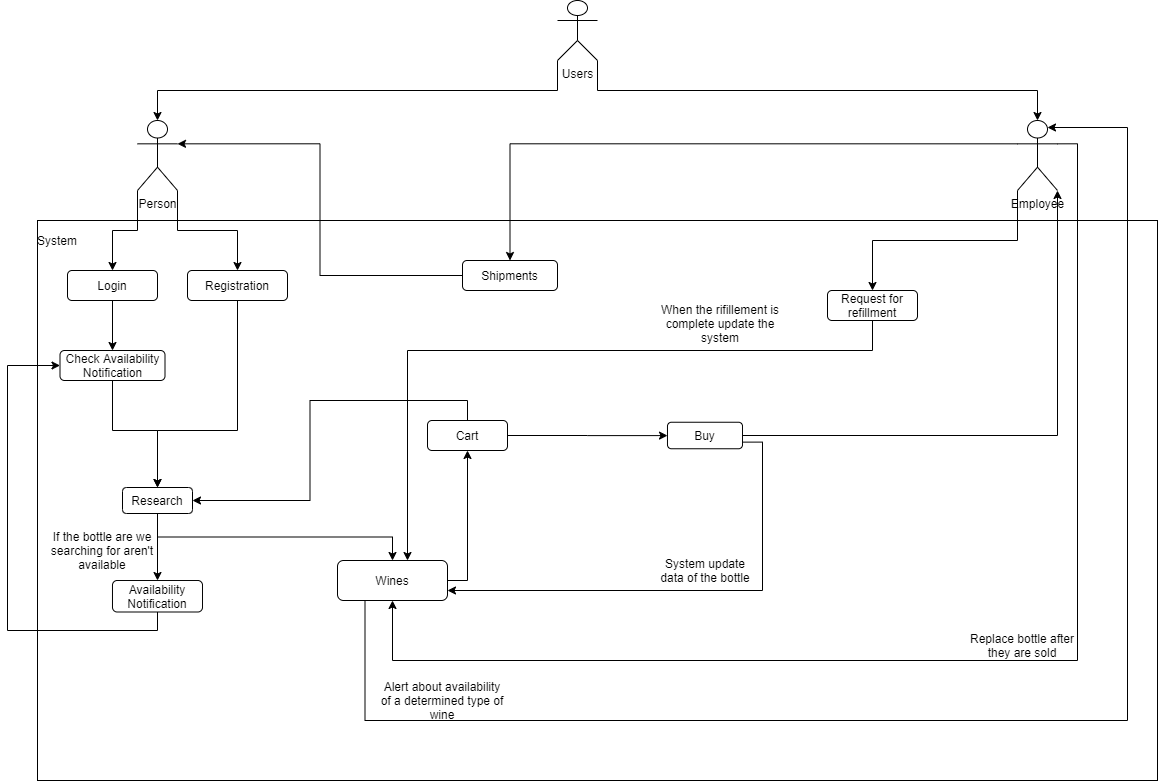
MatteoDiGiorgio99/WineStoreSystemManagement keeps this draw.io diagram as Actor_Diagram.png. Above is the earlier version. Source tidied: cells renumbered, new cells last; positions are measured from the earlier drawing's top-left corner, leaving out a move shared by most shapes.
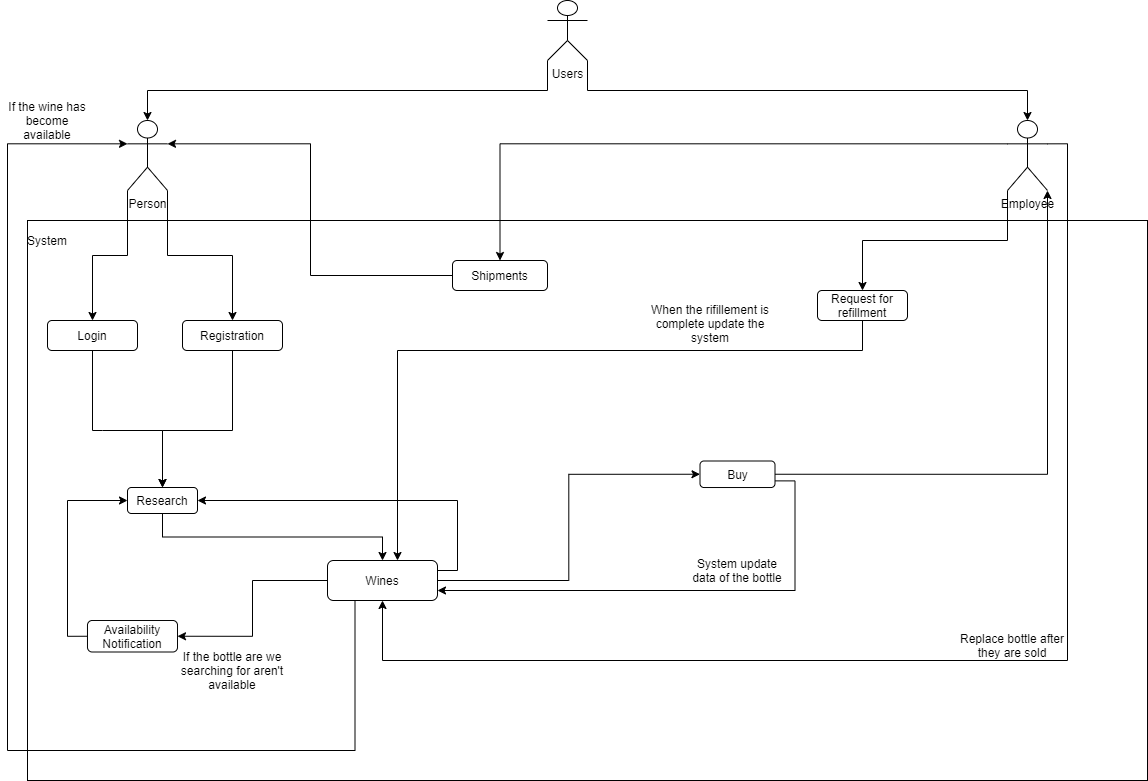
After the commit.

What changed in the source:
```diff
@@ -44,25 +44,22 @@
     <mxCell id="13" value="System" style="text;html=1;strokeColor=none;fillColor=none;align=center;verticalAlign=middle;whiteSpace=wrap;rounded=0;" parent="1" vertex="1">
       <mxGeometry x="30" y="230" width="40" height="20" as="geometry" />
     </mxCell>
-    <mxCell id="14" style="edgeStyle=orthogonalEdgeStyle;rounded=0;jettySize=auto;html=1;exitX=0.5;exitY=1;exitDx=0;exitDy=0;" parent="1" edge="1" source="15" target="18">
+    <mxCell id="14" style="edgeStyle=orthogonalEdgeStyle;rounded=0;jettySize=auto;html=1;exitX=0.5;exitY=1;exitDx=0;exitDy=0;entryX=0.5;entryY=0;entryDx=0;entryDy=0;" parent="1" edge="1" source="15" target="18">
       <mxGeometry relative="1" as="geometry">
         <Array as="points">
-          <mxPoint x="230" y="430" />
-          <mxPoint x="150" y="430" />
+          <mxPoint x="235" y="430" />
+          <mxPoint x="165" y="430" />
         </Array>
       </mxGeometry>
     </mxCell>
     <mxCell id="15" value="Registration" style="rounded=1;whiteSpace=wrap;html=1;" parent="1" vertex="1">
-      <mxGeometry x="180" y="270" width="100" height="30" as="geometry" />
+      <mxGeometry x="185" y="320" width="100" height="30" as="geometry" />
     </mxCell>
     <mxCell id="16" style="edgeStyle=orthogonalEdgeStyle;rounded=0;jettySize=auto;html=1;exitX=0.5;exitY=1;exitDx=0;exitDy=0;" parent="1" edge="1" source="18" target="26">
       <mxGeometry relative="1" as="geometry" />
     </mxCell>
-    <mxCell id="17" style="edgeStyle=orthogonalEdgeStyle;rounded=0;jettySize=auto;html=1;exitX=0.5;exitY=1;exitDx=0;exitDy=0;" parent="1" edge="1" source="18" target="32">
-      <mxGeometry relative="1" as="geometry" />
-    </mxCell>
     <mxCell id="18" value="Research" style="rounded=1;whiteSpace=wrap;html=1;" parent="1" vertex="1">
-      <mxGeometry x="115" y="487" width="70" height="26" as="geometry" />
+      <mxGeometry x="130" y="487" width="70" height="26" as="geometry" />
     </mxCell>
     <mxCell id="19" style="edgeStyle=orthogonalEdgeStyle;rounded=0;jettySize=auto;html=1;exitX=1;exitY=0.5;exitDx=0;exitDy=0;entryX=1;entryY=1;entryDx=0;entryDy=0;entryPerimeter=0;" parent="1" edge="1" source="21" target="12">
       <mxGeometry relative="1" as="geometry" />
@@ -71,79 +68,66 @@
       <mxGeometry relative="1" as="geometry" />
     </mxCell>
     <mxCell id="21" value="Buy" style="rounded=1;whiteSpace=wrap;html=1;" parent="1" vertex="1">
-      <mxGeometry x="660" y="421.8" width="75" height="26.5" as="geometry" />
+      <mxGeometry x="702.5" y="460.5" width="75" height="26.5" as="geometry" />
     </mxCell>
     <mxCell id="22" style="edgeStyle=orthogonalEdgeStyle;rounded=0;jettySize=auto;html=1;exitX=0;exitY=0.5;exitDx=0;exitDy=0;entryX=1;entryY=0.3333333333333333;entryDx=0;entryDy=0;entryPerimeter=0;" parent="1" edge="1" source="23" target="8">
-      <mxGeometry relative="1" as="geometry" />
+      <mxGeometry relative="1" as="geometry">
+        <Array as="points">
+          <mxPoint x="313" y="275" />
+          <mxPoint x="313" y="143" />
+        </Array>
+      </mxGeometry>
     </mxCell>
     <mxCell id="23" value="Shipments" style="rounded=1;whiteSpace=wrap;html=1;" parent="1" vertex="1">
       <mxGeometry x="455" y="260" width="95" height="30" as="geometry" />
     </mxCell>
-    <mxCell id="24" style="edgeStyle=orthogonalEdgeStyle;rounded=0;jettySize=auto;html=1;exitX=1;exitY=0.5;exitDx=0;exitDy=0;" parent="1" edge="1" source="26" target="30">
-      <mxGeometry relative="1" as="geometry" />
-    </mxCell>
-    <mxCell id="25" style="edgeStyle=orthogonalEdgeStyle;rounded=0;jettySize=auto;html=1;exitX=0.25;exitY=1;exitDx=0;exitDy=0;entryX=0.75;entryY=0.1;entryDx=0;entryDy=0;entryPerimeter=0;" parent="1" edge="1" source="26" target="12">
-      <mxGeometry relative="1" as="geometry">
-        <Array as="points">
-          <mxPoint x="358" y="720" />
-          <mxPoint x="1120" y="720" />
-          <mxPoint x="1120" y="127" />
-        </Array>
-      </mxGeometry>
-    </mxCell>
+    <mxCell id="43" style="edgeStyle=orthogonalEdgeStyle;rounded=0;jettySize=auto;html=1;exitX=1;exitY=0.25;exitDx=0;exitDy=0;entryX=1;entryY=0.5;entryDx=0;entryDy=0;" parent="1" edge="1" source="26" target="18">
+      <mxGeometry relative="1" as="geometry" />
+    </mxCell>
+    <mxCell id="44" style="edgeStyle=orthogonalEdgeStyle;rounded=0;jettySize=auto;html=1;exitX=0;exitY=0.5;exitDx=0;exitDy=0;entryX=1;entryY=0.5;entryDx=0;entryDy=0;" parent="1" edge="1" source="26" target="32">
+      <mxGeometry relative="1" as="geometry" />
+    </mxCell>
+    <mxCell id="45" style="edgeStyle=orthogonalEdgeStyle;rounded=0;jettySize=auto;html=1;exitX=1;exitY=0.5;exitDx=0;exitDy=0;entryX=0;entryY=0.5;entryDx=0;entryDy=0;" parent="1" edge="1" source="26" target="21">
+      <mxGeometry relative="1" as="geometry" />
+    </mxCell>
+    <mxCell id="46" style="edgeStyle=orthogonalEdgeStyle;rounded=0;jettySize=auto;html=1;exitX=0.25;exitY=1;exitDx=0;exitDy=0;entryX=0;entryY=0.3333333333333333;entryDx=0;entryDy=0;entryPerimeter=0;" parent="1" edge="1" source="26" target="8">
+      <mxGeometry relative="1" as="geometry">
+        <Array as="points">
+          <mxPoint x="358" y="750" />
+          <mxPoint x="10" y="750" />
+          <mxPoint x="10" y="143" />
+        </Array>
+      </mxGeometry>
+    </mxCell>
     <mxCell id="26" value="Wines" style="rounded=1;whiteSpace=wrap;html=1;" parent="1" vertex="1">
       <mxGeometry x="330" y="560" width="110" height="40" as="geometry" />
     </mxCell>
     <mxCell id="27" value="Replace bottle after they are sold" style="text;html=1;strokeColor=none;fillColor=none;align=center;verticalAlign=middle;whiteSpace=wrap;rounded=0;" parent="1" vertex="1">
       <mxGeometry x="960" y="630" width="110" height="30" as="geometry" />
     </mxCell>
-    <mxCell id="28" style="edgeStyle=orthogonalEdgeStyle;rounded=0;jettySize=auto;html=1;exitX=1;exitY=0.5;exitDx=0;exitDy=0;" parent="1" edge="1" source="30" target="21">
-      <mxGeometry relative="1" as="geometry" />
-    </mxCell>
-    <mxCell id="29" style="edgeStyle=orthogonalEdgeStyle;rounded=0;jettySize=auto;html=1;exitX=0.5;exitY=0;exitDx=0;exitDy=0;entryX=1;entryY=0.5;entryDx=0;entryDy=0;" parent="1" edge="1" source="30" target="18">
-      <mxGeometry relative="1" as="geometry" />
-    </mxCell>
-    <mxCell id="30" value="Cart" style="rounded=1;whiteSpace=wrap;html=1;" parent="1" vertex="1">
-      <mxGeometry x="420" y="420" width="80" height="30" as="geometry" />
-    </mxCell>
-    <mxCell id="31" style="edgeStyle=orthogonalEdgeStyle;rounded=0;jettySize=auto;html=1;exitX=0.5;exitY=1;exitDx=0;exitDy=0;entryX=0;entryY=0.5;entryDx=0;entryDy=0;" parent="1" edge="1" source="32" target="36">
-      <mxGeometry relative="1" as="geometry">
-        <Array as="points">
-          <mxPoint x="150" y="630" />
-          <mxPoint y="630" />
-          <mxPoint y="365" />
-        </Array>
-      </mxGeometry>
-    </mxCell>
+    <mxCell id="47" style="edgeStyle=orthogonalEdgeStyle;rounded=0;jettySize=auto;html=1;exitX=0;exitY=0.5;exitDx=0;exitDy=0;entryX=0;entryY=0.5;entryDx=0;entryDy=0;" parent="1" edge="1" source="32" target="18">
+      <mxGeometry relative="1" as="geometry" />
+    </mxCell>
     <mxCell id="32" value="Availability Notification" style="rounded=1;whiteSpace=wrap;html=1;" parent="1" vertex="1">
-      <mxGeometry x="105" y="580" width="90" height="31.5" as="geometry" />
+      <mxGeometry x="90" y="620" width="90" height="31.5" as="geometry" />
     </mxCell>
     <mxCell id="33" value="If the bottle are we searching for aren't available" style="text;html=1;strokeColor=none;fillColor=none;align=center;verticalAlign=middle;whiteSpace=wrap;rounded=0;" parent="1" vertex="1">
-      <mxGeometry x="20" y="540" width="150" height="20" as="geometry" />
+      <mxGeometry x="160" y="660" width="150" height="20" as="geometry" />
     </mxCell>
-    <mxCell id="34" style="edgeStyle=orthogonalEdgeStyle;rounded=0;jettySize=auto;html=1;exitX=0.5;exitY=1;exitDx=0;exitDy=0;" parent="1" edge="1" source="37" target="36">
-      <mxGeometry relative="1" as="geometry" />
+    <mxCell id="34" style="edgeStyle=orthogonalEdgeStyle;rounded=0;jettySize=auto;html=1;exitX=0.5;exitY=1;exitDx=0;exitDy=0;entryX=0.5;entryY=0;entryDx=0;entryDy=0;" parent="1" edge="1" source="37" target="18">
+      <mxGeometry relative="1" as="geometry">
+        <Array as="points">
+          <mxPoint x="105" y="430" />
+          <mxPoint x="150" y="430" />
+        </Array>
+      </mxGeometry>
     </mxCell>
-    <mxCell id="35" style="edgeStyle=orthogonalEdgeStyle;rounded=0;jettySize=auto;html=1;exitX=0.5;exitY=1;exitDx=0;exitDy=0;" parent="1" edge="1" source="36" target="18">
-      <mxGeometry relative="1" as="geometry">
-        <Array as="points">
-          <mxPoint x="105" y="430" />
-          <mxPoint x="150" y="430" />
-        </Array>
-      </mxGeometry>
-    </mxCell>
-    <mxCell id="36" value="Check Availability Notification" style="rounded=1;whiteSpace=wrap;html=1;" parent="1" vertex="1">
-      <mxGeometry x="52.5" y="350" width="105" height="30" as="geometry" />
-    </mxCell>
     <mxCell id="37" value="Login" style="rounded=1;whiteSpace=wrap;html=1;" parent="1" vertex="1">
-      <mxGeometry x="60" y="270" width="90" height="30" as="geometry" />
+      <mxGeometry x="50" y="320" width="90" height="30" as="geometry" />
     </mxCell>
     <mxCell id="38" value="System update data of the bottle" style="text;html=1;strokeColor=none;fillColor=none;align=center;verticalAlign=middle;whiteSpace=wrap;rounded=0;" parent="1" vertex="1">
-      <mxGeometry x="647.5" y="540" width="100" height="60" as="geometry" />
+      <mxGeometry x="690" y="540" width="100" height="60" as="geometry" />
     </mxCell>
-    <mxCell id="39" value="Alert about availability of a determined type of wine" style="text;html=1;strokeColor=none;fillColor=none;align=center;verticalAlign=middle;whiteSpace=wrap;rounded=0;" parent="1" vertex="1">
-      <mxGeometry x="370" y="690" width="130" height="20" as="geometry" />
-    </mxCell>
     <mxCell id="40" style="edgeStyle=orthogonalEdgeStyle;rounded=0;jettySize=auto;html=1;exitX=0.5;exitY=1;exitDx=0;exitDy=0;" parent="1" edge="1" source="41" target="26">
       <mxGeometry relative="1" as="geometry">
         <Array as="points">
@@ -158,5 +142,8 @@
     <mxCell id="42" value="When the rifillement is complete update the system" style="text;html=1;strokeColor=none;fillColor=none;align=center;verticalAlign=middle;whiteSpace=wrap;rounded=0;" parent="1" vertex="1">
       <mxGeometry x="647.5" y="310" width="130" height="26" as="geometry" />
     </mxCell>
+    <mxCell id="48" value="If the wine has become available" style="text;html=1;strokeColor=none;fillColor=none;align=center;verticalAlign=middle;whiteSpace=wrap;rounded=0;" parent="1" vertex="1">
+      <mxGeometry x="10" y="110" width="80" height="20" as="geometry" />
+    </mxCell>
   </root>
 </mxGraphModel>
```
